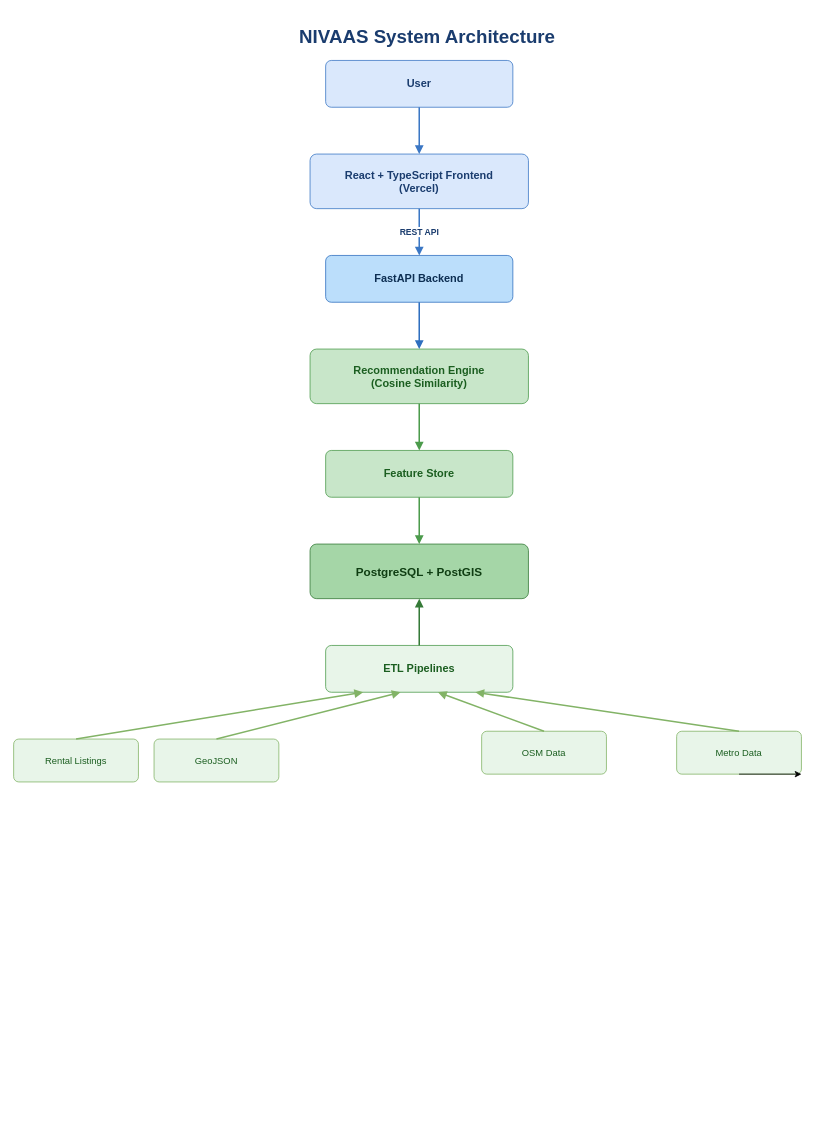
Earlier version of the draw.io diagram docs/diagrams/SYSTEM_ARCHITECTURE.drawio (zmuskan/NIVAAS-V1). Source tidied: cells renumbered, new cells numbered last; positions are measured from the earlier drawing's top-left corner, leaving out a move shared by most shapes. Both pictures are drawn from the tidied source at 78%, with x=0, y=0 at pixel (13, 21).
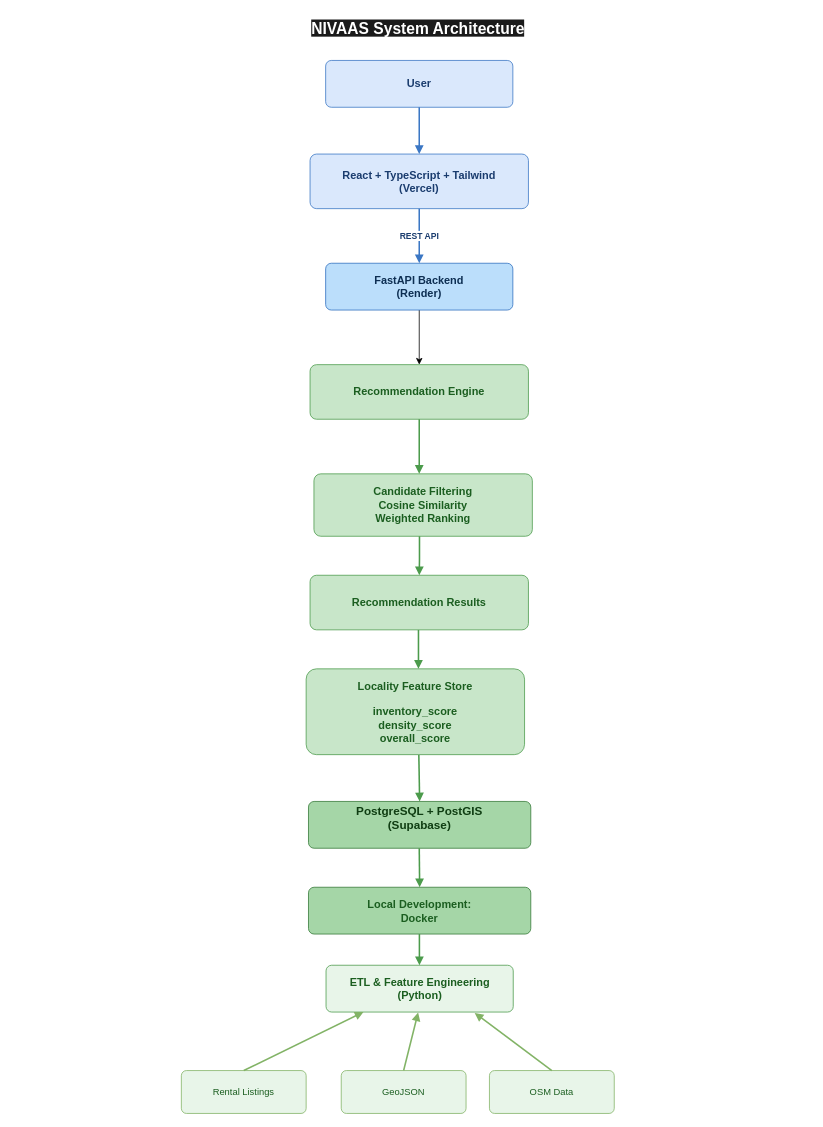
After the change.

Commit message (it also covers changes not shown here):
refactor(diagrams): align architecture, ERD and recommendation pipeline

What changed in the source:
```diff
@@
-    <mxCell id="2" value="NIVAAS System Architecture" style="text;html=1;fontSize=24;fontStyle=1;fontColor=#1A3C6E;align=center;verticalAlign=middle;" parent="1" vertex="1">
-      <mxGeometry x="270" width="520" height="40" as="geometry" />
-    </mxCell>
@@
-    <mxCell id="4" value="React + TypeScript Frontend&#10;(Vercel)" style="rounded=1;arcSize=12;whiteSpace=wrap;html=1;fillColor=#DAE8FC;strokeColor=#3B77C4;fontColor=#1A3C6E;fontStyle=1;fontSize=14;" parent="1" vertex="1">
+    <mxCell id="4" value="React + TypeScript + Tailwind&lt;br/&gt;                     (Vercel)" style="rounded=1;arcSize=12;whiteSpace=wrap;html=1;fillColor=#DAE8FC;strokeColor=#3B77C4;fontColor=#1A3C6E;fontStyle=1;fontSize=14;" parent="1" vertex="1">
       <mxGeometry x="380" y="170" width="280" height="70" as="geometry" />
     </mxCell>
+    <mxCell id="16" style="edgeStyle=none;html=1;exitX=0.5;exitY=1;exitDx=0;exitDy=0;entryX=0.5;entryY=0;entryDx=0;entryDy=0;" parent="1" edge="1" source="5" target="6">
+      <mxGeometry relative="1" as="geometry" />
+    </mxCell>
-    <mxCell id="5" value="FastAPI Backend" style="rounded=1;arcSize=12;whiteSpace=wrap;html=1;fillColor=#BBDEFB;strokeColor=#2F6FBF;fontColor=#0D2E52;fontStyle=1;fontSize=14;" parent="1" vertex="1">
-      <mxGeometry x="400" y="300" width="240" height="60" as="geometry" />
+    <mxCell id="5" value="&lt;div&gt;&lt;font color=&quot;#0d2e52&quot;&gt;FastAPI Backend&lt;/font&gt;&lt;/div&gt;&lt;div&gt;&lt;font color=&quot;#0d2e52&quot;&gt;(Render)&lt;/font&gt;&lt;/div&gt;" style="rounded=1;arcSize=12;whiteSpace=wrap;html=1;fillColor=#BBDEFB;strokeColor=#2F6FBF;fontColor=#0D2E52;fontStyle=1;fontSize=14;" parent="1" vertex="1">
+      <mxGeometry x="400" y="310" width="240" height="60" as="geometry" />
     </mxCell>
-    <mxCell id="6" value="Recommendation Engine&#10;(Cosine Similarity)" style="rounded=1;arcSize=12;whiteSpace=wrap;html=1;fillColor=#C8E6C9;strokeColor=#4C9B4C;fontColor=#1B5E20;fontStyle=1;fontSize=14;" parent="1" vertex="1">
-      <mxGeometry x="380" y="420" width="280" height="70" as="geometry" />
+    <mxCell id="6" value="Recommendation Engine" style="rounded=1;arcSize=12;whiteSpace=wrap;html=1;fillColor=#C8E6C9;strokeColor=#4C9B4C;fontColor=#1B5E20;fontStyle=1;fontSize=14;" parent="1" vertex="1">
+      <mxGeometry x="380" y="440" width="280" height="70" as="geometry" />
     </mxCell>
-    <mxCell id="7" value="Feature Store" style="rounded=1;arcSize=12;whiteSpace=wrap;html=1;fillColor=#C8E6C9;strokeColor=#4C9B4C;fontColor=#1B5E20;fontStyle=1;fontSize=14;" parent="1" vertex="1">
-      <mxGeometry x="400" y="550" width="240" height="60" as="geometry" />
+    <mxCell id="7" value="&lt;div&gt;&lt;font color=&quot;#1b5e20&quot;&gt;Locality Feature Store&lt;/font&gt;&lt;/div&gt;&lt;div&gt;&lt;font color=&quot;#1b5e20&quot;&gt;&lt;br&gt;&lt;/font&gt;&lt;/div&gt;&lt;div&gt;&lt;font color=&quot;#1b5e20&quot;&gt;inventory_score&lt;/font&gt;&lt;/div&gt;&lt;div&gt;&lt;font color=&quot;#1b5e20&quot;&gt;density_score&lt;/font&gt;&lt;/div&gt;&lt;div&gt;&lt;font color=&quot;#1b5e20&quot;&gt;overall_score&lt;/font&gt;&lt;/div&gt;" style="rounded=1;arcSize=12;whiteSpace=wrap;html=1;fillColor=#C8E6C9;strokeColor=#4C9B4C;fontColor=#1B5E20;fontStyle=1;fontSize=14;" parent="1" vertex="1">
+      <mxGeometry x="375" y="830" width="280" height="110" as="geometry" />
     </mxCell>
-    <mxCell id="8" value="PostgreSQL + PostGIS" style="rounded=1;arcSize=12;whiteSpace=wrap;html=1;fillColor=#A5D6A7;strokeColor=#357A38;fontColor=#0F3D12;fontStyle=1;fontSize=15;" parent="1" vertex="1">
-      <mxGeometry x="380" y="670" width="280" height="70" as="geometry" />
+    <mxCell id="8" value="&lt;div&gt;&lt;font color=&quot;#0f3d12&quot;&gt;PostgreSQL + PostGIS&lt;/font&gt;&lt;/div&gt;&lt;div&gt;&lt;font color=&quot;#0f3d12&quot;&gt;(Supabase)&lt;/font&gt;&lt;/div&gt;&lt;div&gt;&lt;br&gt;&lt;/div&gt;" style="rounded=1;arcSize=12;whiteSpace=wrap;html=1;fillColor=#A5D6A7;strokeColor=#357A38;fontColor=#0F3D12;fontStyle=1;fontSize=15;" parent="1" vertex="1">
+      <mxGeometry x="378" y="1000" width="285" height="60" as="geometry" />
     </mxCell>
-    <mxCell id="9" value="ETL Pipelines" style="rounded=1;arcSize=12;whiteSpace=wrap;html=1;fillColor=#E8F5E9;strokeColor=#4C9B4C;fontColor=#1B5E20;fontStyle=1;fontSize=14;" parent="1" vertex="1">
-      <mxGeometry x="400" y="800" width="240" height="60" as="geometry" />
+    <mxCell id="9" value="&lt;div&gt;&lt;font color=&quot;#1b5e20&quot;&gt;ETL &amp;amp; Feature Engineering&lt;/font&gt;&lt;/div&gt;&lt;div&gt;&lt;font color=&quot;#1b5e20&quot;&gt;(Python)&lt;/font&gt;&lt;/div&gt;" style="rounded=1;arcSize=12;whiteSpace=wrap;html=1;fillColor=#E8F5E9;strokeColor=#4C9B4C;fontColor=#1B5E20;fontStyle=1;fontSize=14;" parent="1" vertex="1">
+      <mxGeometry x="400.5" y="1210" width="240" height="60" as="geometry" />
     </mxCell>
     <mxCell id="10" value="Rental Listings" style="rounded=1;arcSize=12;whiteSpace=wrap;html=1;fillColor=#E8F5E9;strokeColor=#82B366;fontColor=#1B5E20;fontSize=12;" parent="1" vertex="1">
-      <mxGeometry y="920" width="160" height="55" as="geometry" />
+      <mxGeometry x="215" y="1345" width="160" height="55" as="geometry" />
     </mxCell>
     <mxCell id="11" value="GeoJSON" style="rounded=1;arcSize=12;whiteSpace=wrap;html=1;fillColor=#E8F5E9;strokeColor=#82B366;fontColor=#1B5E20;fontSize=12;" parent="1" vertex="1">
-      <mxGeometry x="180" y="920" width="160" height="55" as="geometry" />
+      <mxGeometry x="420" y="1345" width="160" height="55" as="geometry" />
     </mxCell>
     <mxCell id="12" value="OSM Data" style="rounded=1;arcSize=12;whiteSpace=wrap;html=1;fillColor=#E8F5E9;strokeColor=#82B366;fontColor=#1B5E20;fontSize=12;" parent="1" vertex="1">
-      <mxGeometry x="600" y="910" width="160" height="55" as="geometry" />
+      <mxGeometry x="610" y="1345" width="160" height="55" as="geometry" />
     </mxCell>
-    <mxCell id="13" value="Metro Data" style="rounded=1;arcSize=12;whiteSpace=wrap;html=1;fillColor=#E8F5E9;strokeColor=#82B366;fontColor=#1B5E20;fontSize=12;" parent="1" vertex="1">
-      <mxGeometry x="850" y="910" width="160" height="55" as="geometry" />
-    </mxCell>
@@
-    <mxCell id="16" style="html=1;rounded=0;endArrow=block;strokeColor=#2F6FBF;strokeWidth=2;" parent="1" edge="1" source="5" target="6">
-      <mxGeometry relative="1" as="geometry" />
-    </mxCell>
-    <mxCell id="17" style="html=1;rounded=0;endArrow=block;strokeColor=#4C9B4C;strokeWidth=2;" parent="1" edge="1" source="6" target="7">
-      <mxGeometry relative="1" as="geometry" />
-    </mxCell>
-    <mxCell id="18" style="html=1;rounded=0;endArrow=block;strokeColor=#4C9B4C;strokeWidth=2;" parent="1" edge="1" source="7" target="8">
-      <mxGeometry relative="1" as="geometry" />
+    <mxCell id="18" style="html=1;rounded=0;endArrow=block;strokeColor=#4C9B4C;strokeWidth=2;" parent="1" edge="1">
+      <mxGeometry relative="1" as="geometry">
+        <mxPoint x="519" y="780" as="sourcePoint" />
+        <mxPoint x="519" y="830" as="targetPoint" />
+      </mxGeometry>
     </mxCell>
-    <mxCell id="19" style="html=1;rounded=0;endArrow=block;strokeColor=#357A38;strokeWidth=2;exitX=0.5;exitY=0;exitDx=0;exitDy=0;entryX=0.5;entryY=1;entryDx=0;entryDy=0;" parent="1" edge="1" source="9" target="8">
-      <mxGeometry relative="1" as="geometry" />
-    </mxCell>
@@
-    <mxCell id="21" style="html=1;rounded=0;endArrow=block;strokeColor=#82B366;strokeWidth=2;exitX=0.5;exitY=0;exitDx=0;exitDy=0;entryX=0.4;entryY=1;entryDx=0;entryDy=0;" parent="1" edge="1" source="11" target="9">
+    <mxCell id="21" style="html=1;rounded=0;endArrow=block;strokeColor=#82B366;strokeWidth=2;exitX=0.5;exitY=0;exitDx=0;exitDy=0;entryX=0.492;entryY=1.007;entryDx=0;entryDy=0;entryPerimeter=0;" parent="1" edge="1" source="11" target="9">
       <mxGeometry relative="1" as="geometry" />
     </mxCell>
-    <mxCell id="22" style="html=1;rounded=0;endArrow=block;strokeColor=#82B366;strokeWidth=2;exitX=0.5;exitY=0;exitDx=0;exitDy=0;entryX=0.6;entryY=1;entryDx=0;entryDy=0;" parent="1" edge="1" source="12" target="9">
+    <mxCell id="22" style="html=1;rounded=0;endArrow=block;strokeColor=#82B366;strokeWidth=2;exitX=0.5;exitY=0;exitDx=0;exitDy=0;entryX=0.794;entryY=1.019;entryDx=0;entryDy=0;entryPerimeter=0;" parent="1" edge="1" source="12" target="9">
       <mxGeometry relative="1" as="geometry" />
     </mxCell>
-    <mxCell id="23" style="html=1;rounded=0;endArrow=block;strokeColor=#82B366;strokeWidth=2;exitX=0.5;exitY=0;exitDx=0;exitDy=0;entryX=0.8;entryY=1;entryDx=0;entryDy=0;" parent="1" edge="1" source="13" target="9">
-      <mxGeometry relative="1" as="geometry" />
-    </mxCell>
-    <mxCell id="24" style="edgeStyle=none;html=1;exitX=0.5;exitY=1;exitDx=0;exitDy=0;entryX=1;entryY=1;entryDx=0;entryDy=0;" parent="1" edge="1" source="13" target="13">
-      <mxGeometry relative="1" as="geometry" />
-    </mxCell>
+    <mxCell id="25" value="&lt;div&gt;&lt;font color=&quot;#1b5e20&quot;&gt;Candidate Filtering&lt;/font&gt;&lt;/div&gt;&lt;div&gt;&lt;font color=&quot;#1b5e20&quot;&gt;Cosine Similarity&lt;/font&gt;&lt;/div&gt;&lt;div&gt;&lt;font color=&quot;#1b5e20&quot;&gt;Weighted Ranking&lt;/font&gt;&lt;/div&gt;" style="rounded=1;arcSize=11;whiteSpace=wrap;html=1;fillColor=#C8E6C9;strokeColor=#4C9B4C;fontColor=#1B5E20;fontStyle=1;fontSize=14;" parent="1" vertex="1">
+      <mxGeometry x="385" y="580" width="280" height="80" as="geometry" />
+    </mxCell>
+    <mxCell id="26" style="html=1;rounded=0;endArrow=block;strokeColor=#4C9B4C;strokeWidth=2;exitX=0.5;exitY=1;exitDx=0;exitDy=0;" parent="1" edge="1">
+      <mxGeometry relative="1" as="geometry">
+        <mxPoint x="520.3" y="660" as="sourcePoint" />
+        <mxPoint x="520" y="710" as="targetPoint" />
+        <Array as="points">
+          <mxPoint x="520.3" y="690" />
+          <mxPoint x="520" y="710" />
+        </Array>
+      </mxGeometry>
+    </mxCell>
+    <mxCell id="27" style="html=1;rounded=0;endArrow=block;strokeColor=#4C9B4C;strokeWidth=2;exitX=0.5;exitY=1;exitDx=0;exitDy=0;" parent="1" edge="1" source="6">
+      <mxGeometry relative="1" as="geometry">
+        <mxPoint x="520" y="580" as="targetPoint" />
+        <Array as="points">
+          <mxPoint x="520" y="560" />
+          <mxPoint x="520" y="580" />
+        </Array>
+      </mxGeometry>
+    </mxCell>
+    <mxCell id="28" value="Recommendation Results" style="rounded=1;arcSize=12;whiteSpace=wrap;html=1;fillColor=#C8E6C9;strokeColor=#4C9B4C;fontColor=#1B5E20;fontStyle=1;fontSize=14;" parent="1" vertex="1">
+      <mxGeometry x="380" y="710" width="280" height="70" as="geometry" />
+    </mxCell>
+    <mxCell id="29" value="&lt;div&gt;&lt;span style=&quot;color: rgb(27, 94, 32); font-size: 14px;&quot;&gt;Local Development:&lt;/span&gt;&lt;br style=&quot;color: rgb(63, 63, 63); scrollbar-color: rgb(226, 226, 226) rgb(251, 251, 251); font-size: 14px;&quot;&gt;&lt;span style=&quot;color: rgb(27, 94, 32); font-size: 14px;&quot;&gt;Docker&lt;/span&gt;&lt;/div&gt;" style="rounded=1;arcSize=12;whiteSpace=wrap;html=1;fillColor=#A5D6A7;strokeColor=#357A38;fontColor=#0F3D12;fontStyle=1;fontSize=15;" parent="1" vertex="1">
+      <mxGeometry x="378" y="1110" width="285" height="60" as="geometry" />
+    </mxCell>
+    <mxCell id="30" style="html=1;rounded=0;endArrow=block;strokeColor=#4C9B4C;strokeWidth=2;exitX=0.516;exitY=1.005;exitDx=0;exitDy=0;exitPerimeter=0;entryX=0.5;entryY=0;entryDx=0;entryDy=0;" parent="1" edge="1" source="7" target="8">
+      <mxGeometry relative="1" as="geometry" />
+    </mxCell>
+    <mxCell id="31" style="html=1;rounded=0;endArrow=block;strokeColor=#4C9B4C;strokeWidth=2;entryX=0.5;entryY=0;entryDx=0;entryDy=0;" parent="1" edge="1" target="29">
+      <mxGeometry relative="1" as="geometry">
+        <mxPoint x="520" y="1060" as="sourcePoint" />
+      </mxGeometry>
+    </mxCell>
+    <mxCell id="32" style="html=1;rounded=0;endArrow=block;strokeColor=#4C9B4C;strokeWidth=2;" parent="1" edge="1">
+      <mxGeometry relative="1" as="geometry">
+        <mxPoint x="520.2" y="1170" as="sourcePoint" />
+        <mxPoint x="520.2" y="1210" as="targetPoint" />
+      </mxGeometry>
+    </mxCell>
+    <mxCell id="2" value="&lt;span style=&quot;color: rgb(255, 255, 255); font-family: Helvetica; font-size: 20px; font-style: normal; font-variant-ligatures: normal; font-variant-caps: normal; font-weight: 700; letter-spacing: normal; orphans: 2; text-align: center; text-indent: 0px; text-transform: none; widows: 2; word-spacing: 0px; -webkit-text-stroke-width: 0px; white-space: nowrap; background-color: rgb(26, 26, 26); text-decoration-thickness: initial; text-decoration-style: initial; text-decoration-color: initial; float: none; display: inline !important;&quot;&gt;NIVAAS System Architecture&lt;/span&gt;&lt;div&gt;&lt;br&gt;&lt;/div&gt;" style="text;whiteSpace=wrap;html=1;" parent="1" vertex="1">
+      <mxGeometry x="380" y="-10" width="640" height="29" as="geometry" />
+    </mxCell>
```
